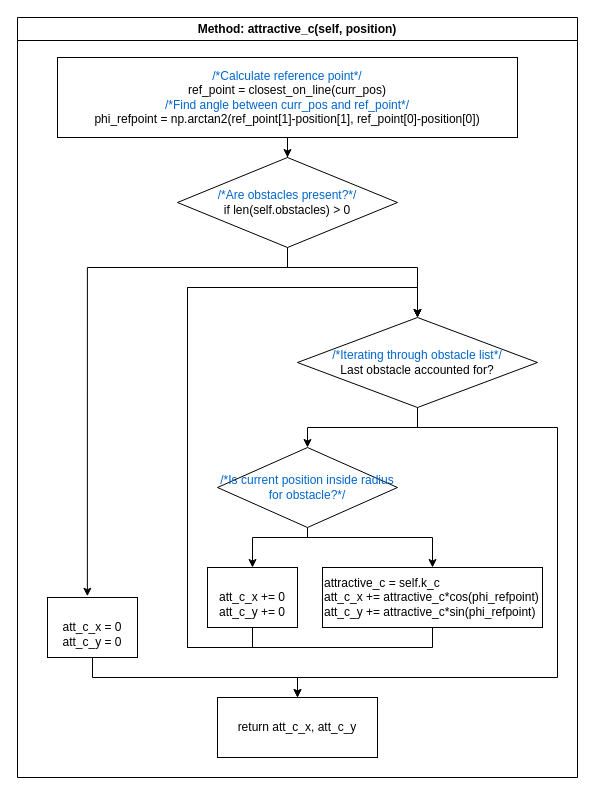
Above: page "attractive_c()" (3 of 4) of documentation_images/planner.drawio in danielglemminge/ur3_project (draw.io), before the change. Source tidied: cells renumbered, new cells numbered last; positions are measured from the earlier drawing's top-left corner, leaving out a move shared by most shapes. Both pictures are drawn from the tidied source at 100%, with x=0, y=0 at pixel (17, 17).
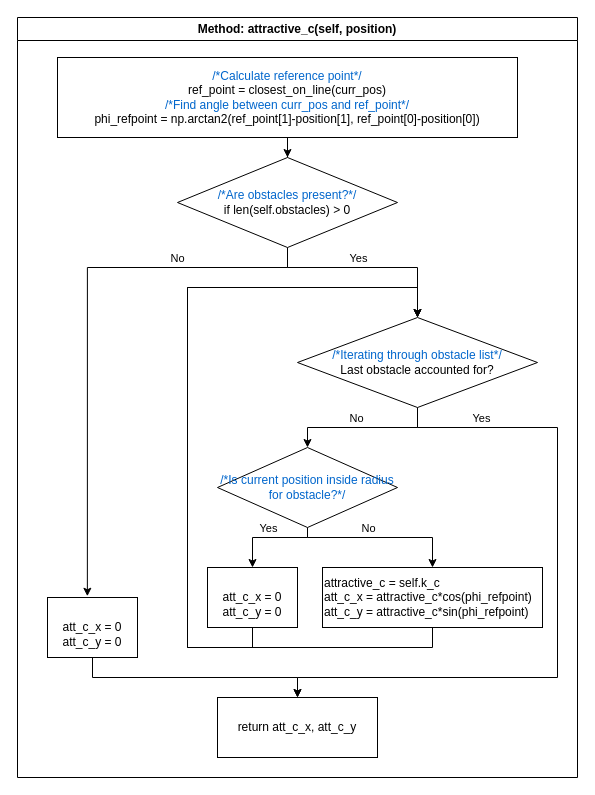
The same page after the edit.

Unchanged cells that the change refers to:
```xml
<mxCell id="2" value="&lt;div&gt;Method: attractive_c(self, position)&lt;/div&gt;" style="swimlane;whiteSpace=wrap;html=1;" parent="1" vertex="1">
  <mxGeometry width="560" height="760" as="geometry" />
</mxCell>
<mxCell id="5" style="edgeStyle=orthogonalEdgeStyle;rounded=0;jettySize=auto;html=1;entryX=0.5;entryY=0;entryDx=0;entryDy=0;" parent="2" edge="1" source="7" target="10">
  <mxGeometry relative="1" as="geometry">
    <Array as="points">
      <mxPoint x="270" y="250" />
      <mxPoint x="400" y="250" />
    </Array>
  </mxGeometry>
</mxCell>
<mxCell id="6" style="edgeStyle=orthogonalEdgeStyle;rounded=0;jettySize=auto;html=1;entryX=0.443;entryY=-0.021;entryDx=0;entryDy=0;entryPerimeter=0;" parent="2" edge="1" source="7" target="18">
  <mxGeometry relative="1" as="geometry">
    <Array as="points">
      <mxPoint x="270" y="250" />
      <mxPoint x="70" y="250" />
    </Array>
  </mxGeometry>
</mxCell>
<mxCell id="8" style="edgeStyle=orthogonalEdgeStyle;rounded=0;jettySize=auto;html=1;entryX=0.5;entryY=0;entryDx=0;entryDy=0;" parent="2" edge="1" source="10" target="16">
  <mxGeometry relative="1" as="geometry">
    <Array as="points">
      <mxPoint x="400" y="410" />
      <mxPoint x="540" y="410" />
      <mxPoint x="540" y="660" />
      <mxPoint x="280" y="660" />
    </Array>
  </mxGeometry>
</mxCell>
<mxCell id="9" style="edgeStyle=orthogonalEdgeStyle;rounded=0;jettySize=auto;html=1;" parent="2" edge="1" source="10" target="13">
  <mxGeometry relative="1" as="geometry" />
</mxCell>
<mxCell id="11" style="edgeStyle=orthogonalEdgeStyle;rounded=0;jettySize=auto;html=1;entryX=0.5;entryY=0;entryDx=0;entryDy=0;" parent="2" edge="1" source="13" target="20">
  <mxGeometry relative="1" as="geometry">
    <Array as="points">
      <mxPoint x="290" y="520" />
      <mxPoint x="235" y="520" />
    </Array>
  </mxGeometry>
</mxCell>
<mxCell id="12" style="edgeStyle=orthogonalEdgeStyle;rounded=0;jettySize=auto;html=1;entryX=0.5;entryY=0;entryDx=0;entryDy=0;" parent="2" edge="1" source="13" target="15">
  <mxGeometry relative="1" as="geometry">
    <Array as="points">
      <mxPoint x="290" y="520" />
      <mxPoint x="415" y="520" />
    </Array>
  </mxGeometry>
</mxCell>
```

What changed in the source:
```diff
@@
+    <mxCell id="21" value="Yes" style="edgeLabel;html=1;align=center;verticalAlign=middle;" parent="5" vertex="1">
+      <mxGeometry x="-0.2" y="1" relative="1" as="geometry">
+        <mxPoint x="10" y="-9" as="offset" />
+      </mxGeometry>
+    </mxCell>
@@
+    <mxCell id="22" value="No" style="edgeLabel;html=1;align=center;verticalAlign=middle;" parent="6" vertex="1">
+      <mxGeometry x="-0.51" y="3" relative="1" as="geometry">
+        <mxPoint x="3" y="-13" as="offset" />
+      </mxGeometry>
+    </mxCell>
@@
+    <mxCell id="23" value="Yes" style="edgeLabel;html=1;align=center;verticalAlign=middle;" parent="8" vertex="1">
+      <mxGeometry x="-0.76" relative="1" as="geometry">
+        <mxPoint y="-10" as="offset" />
+      </mxGeometry>
+    </mxCell>
@@
+    <mxCell id="24" value="No" style="edgeLabel;html=1;align=center;verticalAlign=middle;" parent="9" vertex="1">
+      <mxGeometry x="0.09" relative="1" as="geometry">
+        <mxPoint y="-10" as="offset" />
+      </mxGeometry>
+    </mxCell>
@@
+    <mxCell id="25" value="Yes" style="edgeLabel;html=1;align=center;verticalAlign=middle;" parent="11" vertex="1">
+      <mxGeometry x="-0.11" relative="1" as="geometry">
+        <mxPoint x="-8" y="-10" as="offset" />
+      </mxGeometry>
+    </mxCell>
@@
+    <mxCell id="26" value="No" style="edgeLabel;html=1;align=center;verticalAlign=middle;" parent="12" vertex="1">
+      <mxGeometry x="-0.26" y="1" relative="1" as="geometry">
+        <mxPoint x="9" y="-9" as="offset" />
+      </mxGeometry>
+    </mxCell>
@@
-    <mxCell id="15" value="&lt;div align=&quot;left&quot;&gt;attractive_c = self.k_c&lt;br&gt;&lt;/div&gt;&lt;div align=&quot;left&quot;&gt;att_c_x += attractive_c*cos(phi_refpoint)&lt;/div&gt;&lt;div align=&quot;left&quot;&gt;&lt;div&gt;att_c_y += attractive_c*sin(phi_refpoint)&lt;/div&gt;&lt;/div&gt;" style="whiteSpace=wrap;html=1;align=left;" parent="2" vertex="1">
+    <mxCell id="15" value="&lt;div align=&quot;left&quot;&gt;attractive_c = self.k_c&lt;br&gt;&lt;/div&gt;&lt;div align=&quot;left&quot;&gt;att_c_x = attractive_c*cos(phi_refpoint)&lt;/div&gt;&lt;div align=&quot;left&quot;&gt;&lt;div&gt;att_c_y = attractive_c*sin(phi_refpoint)&lt;/div&gt;&lt;/div&gt;" style="whiteSpace=wrap;html=1;align=left;" parent="2" vertex="1">
       <mxGeometry x="305" y="550" width="220" height="60" as="geometry" />
     </mxCell>
@@
-    <mxCell id="20" value="&lt;div align=&quot;center&quot;&gt;&lt;br&gt;&lt;/div&gt;&lt;div align=&quot;center&quot;&gt;att_c_x += 0&lt;/div&gt;&lt;div align=&quot;center&quot;&gt;&lt;div&gt;att_c_y += 0&lt;br&gt;&lt;/div&gt;&lt;/div&gt;" style="whiteSpace=wrap;html=1;align=center;" parent="2" vertex="1">
+    <mxCell id="20" value="&lt;div align=&quot;center&quot;&gt;&lt;br&gt;&lt;/div&gt;&lt;div align=&quot;center&quot;&gt;att_c_x = 0&lt;/div&gt;&lt;div align=&quot;center&quot;&gt;&lt;div&gt;att_c_y = 0&lt;br&gt;&lt;/div&gt;&lt;/div&gt;" style="whiteSpace=wrap;html=1;align=center;" parent="2" vertex="1">
       <mxGeometry x="190" y="550" width="90" height="60" as="geometry" />
     </mxCell>
```
